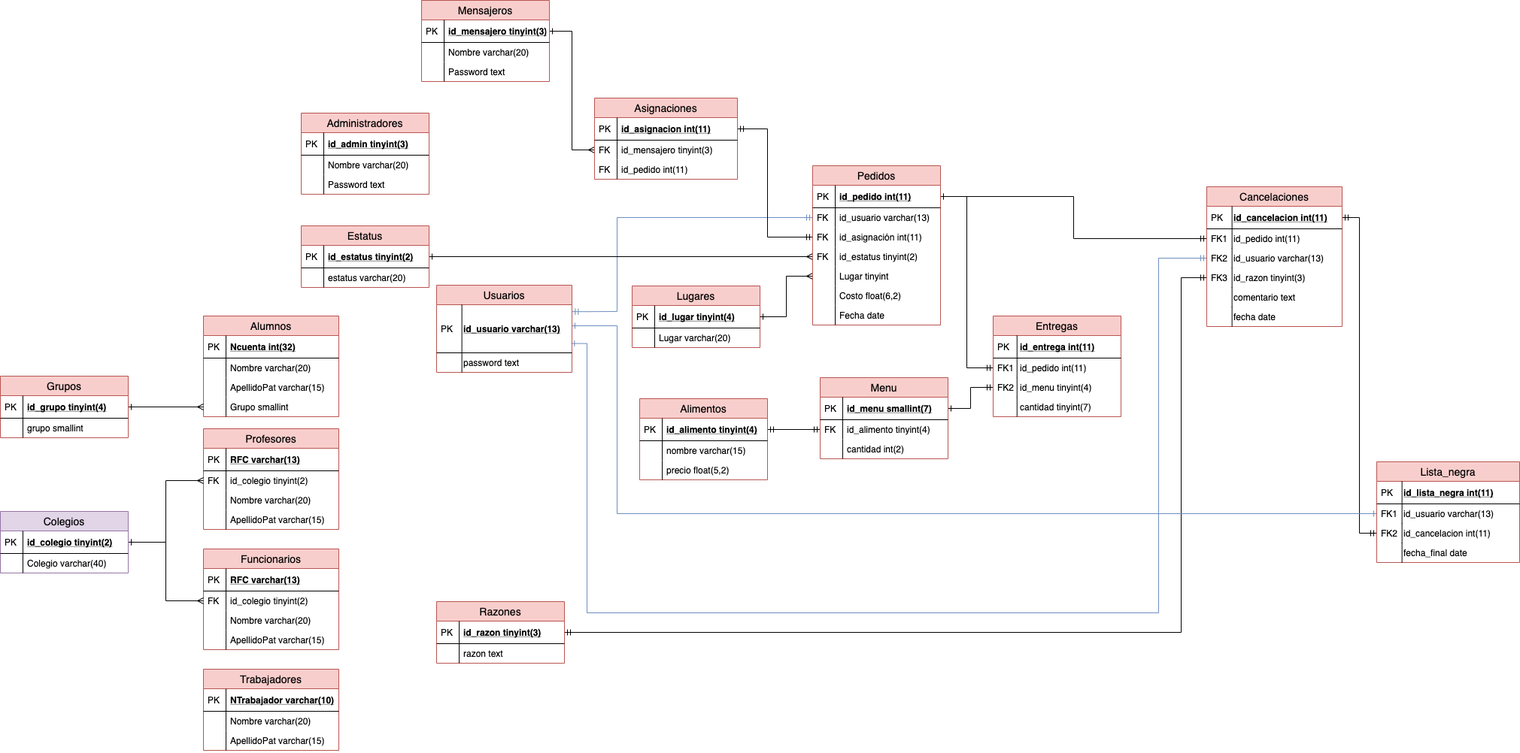
Earlier version of the draw.io export bd.png (Whoever-ThisIs/Proyecto-1). Source tidied: cells renumbered, new cells last; positions are measured from the earlier drawing's top-left corner, leaving out a move shared by most shapes.
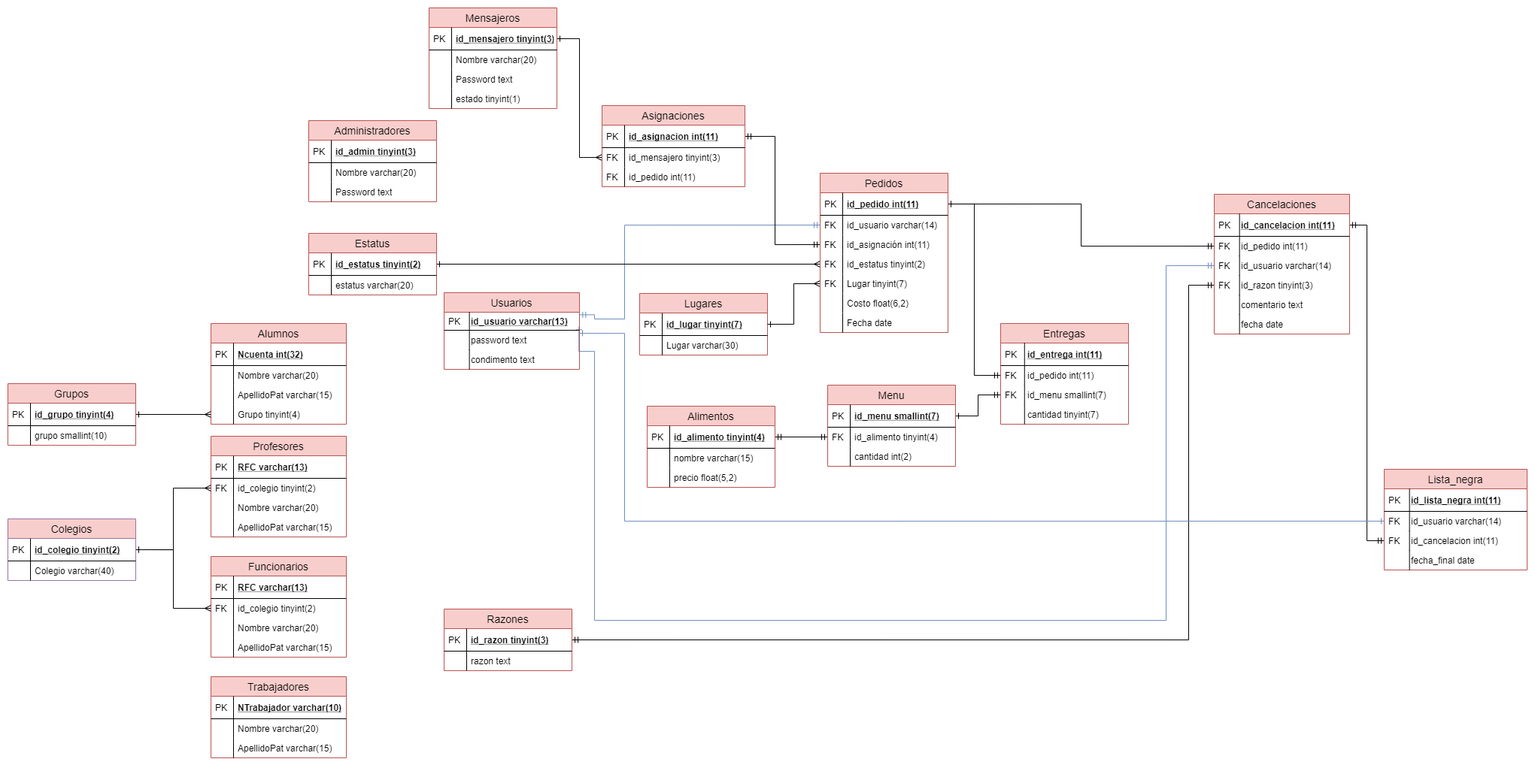
After the change.

Commit message:
FIX: Correcciones al diagrama de la base de datos

What changed in the source:
```diff
@@ -23,7 +23,7 @@
     <mxCell id="8" style="shape=partialRectangle;top=0;left=0;bottom=0;fillColor=none;align=left;verticalAlign=top;spacingLeft=4;spacingRight=4;overflow=hidden;fontSize=12;" parent="7" vertex="1">
       <mxGeometry width="30" height="26" as="geometry" />
     </mxCell>
-    <mxCell id="9" value="Grupo smallint" style="shape=partialRectangle;top=0;left=0;right=0;bottom=0;align=left;verticalAlign=top;fillColor=none;spacingLeft=34;spacingRight=4;overflow=hidden;points=[[0,0.5],[1,0.5]];portConstraint=eastwest;fontSize=12;" parent="2" vertex="1">
+    <mxCell id="9" value="Grupo tinyint(4)" style="shape=partialRectangle;top=0;left=0;right=0;bottom=0;align=left;verticalAlign=top;fillColor=none;spacingLeft=34;spacingRight=4;overflow=hidden;points=[[0,0.5],[1,0.5]];portConstraint=eastwest;fontSize=12;" parent="2" vertex="1">
       <mxGeometry y="108" width="180" height="26" as="geometry" />
     </mxCell>
     <mxCell id="10" style="shape=partialRectangle;top=0;left=0;bottom=0;fillColor=none;align=left;verticalAlign=top;spacingLeft=4;spacingRight=4;overflow=hidden;fontSize=12;" parent="9" vertex="1">
@@ -227,13 +227,13 @@
     <mxCell id="68" value="id_pedido int(11)" style="shape=partialRectangle;top=0;left=0;right=0;bottom=0;align=left;verticalAlign=top;fillColor=none;spacingLeft=34;spacingRight=4;overflow=hidden;points=[[0,0.5],[1,0.5]];portConstraint=eastwest;fontSize=12;" parent="65" vertex="1">
       <mxGeometry y="56" width="170" height="26" as="geometry" />
     </mxCell>
-    <mxCell id="69" value="FK1" style="shape=partialRectangle;top=0;left=0;bottom=0;fillColor=none;align=left;verticalAlign=top;spacingLeft=4;spacingRight=4;overflow=hidden;fontSize=12;" parent="68" vertex="1">
+    <mxCell id="69" value="FK" style="shape=partialRectangle;top=0;left=0;bottom=0;fillColor=none;align=left;verticalAlign=top;spacingLeft=4;spacingRight=4;overflow=hidden;fontSize=12;" parent="68" vertex="1">
       <mxGeometry width="31.8" height="26" as="geometry" />
     </mxCell>
-    <mxCell id="70" value="id_menu tinyint(4)" style="shape=partialRectangle;top=0;left=0;right=0;bottom=0;align=left;verticalAlign=top;fillColor=none;spacingLeft=34;spacingRight=4;overflow=hidden;points=[[0,0.5],[1,0.5]];portConstraint=eastwest;fontSize=12;" parent="65" vertex="1">
+    <mxCell id="70" value="id_menu smallint(7)" style="shape=partialRectangle;top=0;left=0;right=0;bottom=0;align=left;verticalAlign=top;fillColor=none;spacingLeft=34;spacingRight=4;overflow=hidden;points=[[0,0.5],[1,0.5]];portConstraint=eastwest;fontSize=12;" parent="65" vertex="1">
       <mxGeometry y="82" width="170" height="26" as="geometry" />
     </mxCell>
-    <mxCell id="71" value="FK2" style="shape=partialRectangle;top=0;left=0;bottom=0;fillColor=none;align=left;verticalAlign=top;spacingLeft=4;spacingRight=4;overflow=hidden;fontSize=12;" parent="70" vertex="1">
+    <mxCell id="71" value="FK" style="shape=partialRectangle;top=0;left=0;bottom=0;fillColor=none;align=left;verticalAlign=top;spacingLeft=4;spacingRight=4;overflow=hidden;fontSize=12;" parent="70" vertex="1">
       <mxGeometry width="31.8" height="26" as="geometry" />
     </mxCell>
     <mxCell id="72" value="cantidad tinyint(7)" style="shape=partialRectangle;top=0;left=0;right=0;bottom=0;align=left;verticalAlign=top;fillColor=none;spacingLeft=34;spacingRight=4;overflow=hidden;fontSize=12;" parent="65" vertex="1">
@@ -261,16 +261,16 @@
     <mxCell id="78" value="PK" style="shape=partialRectangle;top=0;left=0;bottom=0;fillColor=none;align=left;verticalAlign=middle;spacingLeft=4;spacingRight=4;overflow=hidden;fontSize=12;" parent="77" vertex="1">
       <mxGeometry width="33.6" height="30" as="geometry" />
     </mxCell>
-    <mxCell id="79" value="id_usuario varchar(13)" style="shape=partialRectangle;top=0;left=0;right=0;bottom=0;align=left;verticalAlign=top;fillColor=none;spacingLeft=34;spacingRight=4;overflow=hidden;points=[[0,0.5],[1,0.5]];portConstraint=eastwest;fontSize=12;" parent="76" vertex="1">
+    <mxCell id="79" value="id_usuario varchar(14)" style="shape=partialRectangle;top=0;left=0;right=0;bottom=0;align=left;verticalAlign=top;fillColor=none;spacingLeft=34;spacingRight=4;overflow=hidden;points=[[0,0.5],[1,0.5]];portConstraint=eastwest;fontSize=12;" parent="76" vertex="1">
       <mxGeometry y="56" width="190" height="26" as="geometry" />
     </mxCell>
-    <mxCell id="80" value="FK1" style="shape=partialRectangle;top=0;left=0;bottom=0;fillColor=none;align=left;verticalAlign=top;spacingLeft=4;spacingRight=4;overflow=hidden;fontSize=12;" parent="79" vertex="1">
+    <mxCell id="80" value="FK" style="shape=partialRectangle;top=0;left=0;bottom=0;fillColor=none;align=left;verticalAlign=top;spacingLeft=4;spacingRight=4;overflow=hidden;fontSize=12;" parent="79" vertex="1">
       <mxGeometry width="33.6" height="26" as="geometry" />
     </mxCell>
     <mxCell id="81" value="id_cancelacion int(11)" style="shape=partialRectangle;top=0;left=0;right=0;bottom=0;align=left;verticalAlign=top;fillColor=none;spacingLeft=34;spacingRight=4;overflow=hidden;points=[[0,0.5],[1,0.5]];portConstraint=eastwest;fontSize=12;" parent="76" vertex="1">
       <mxGeometry y="82" width="190" height="26" as="geometry" />
     </mxCell>
-    <mxCell id="82" value="FK2" style="shape=partialRectangle;top=0;left=0;bottom=0;fillColor=none;align=left;verticalAlign=top;spacingLeft=4;spacingRight=4;overflow=hidden;fontSize=12;" parent="81" vertex="1">
+    <mxCell id="82" value="FK" style="shape=partialRectangle;top=0;left=0;bottom=0;fillColor=none;align=left;verticalAlign=top;spacingLeft=4;spacingRight=4;overflow=hidden;fontSize=12;" parent="81" vertex="1">
       <mxGeometry width="33.6" height="26" as="geometry" />
     </mxCell>
     <mxCell id="83" value="fecha_final date" style="shape=partialRectangle;top=0;left=0;right=0;bottom=0;align=left;verticalAlign=top;fillColor=none;spacingLeft=34;spacingRight=4;overflow=hidden;fontSize=12;" parent="76" vertex="1">
@@ -291,19 +291,19 @@
     <mxCell id="88" value="id_pedido int(11)" style="shape=partialRectangle;top=0;left=0;right=0;bottom=0;align=left;verticalAlign=top;fillColor=none;spacingLeft=34;spacingRight=4;overflow=hidden;points=[[0,0.5],[1,0.5]];portConstraint=eastwest;fontSize=12;" parent="85" vertex="1">
       <mxGeometry y="56" width="180" height="26" as="geometry" />
     </mxCell>
-    <mxCell id="89" value="FK1" style="shape=partialRectangle;top=0;left=0;bottom=0;fillColor=none;align=left;verticalAlign=top;spacingLeft=4;spacingRight=4;overflow=hidden;fontSize=12;" parent="88" vertex="1">
+    <mxCell id="89" value="FK" style="shape=partialRectangle;top=0;left=0;bottom=0;fillColor=none;align=left;verticalAlign=top;spacingLeft=4;spacingRight=4;overflow=hidden;fontSize=12;" parent="88" vertex="1">
       <mxGeometry width="33.6" height="26" as="geometry" />
     </mxCell>
-    <mxCell id="90" value="id_usuario varchar(13)" style="shape=partialRectangle;top=0;left=0;right=0;bottom=0;align=left;verticalAlign=top;fillColor=none;spacingLeft=34;spacingRight=4;overflow=hidden;points=[[0,0.5],[1,0.5]];portConstraint=eastwest;fontSize=12;" parent="85" vertex="1">
+    <mxCell id="90" value="id_usuario varchar(14)" style="shape=partialRectangle;top=0;left=0;right=0;bottom=0;align=left;verticalAlign=top;fillColor=none;spacingLeft=34;spacingRight=4;overflow=hidden;points=[[0,0.5],[1,0.5]];portConstraint=eastwest;fontSize=12;" parent="85" vertex="1">
       <mxGeometry y="82" width="180" height="26" as="geometry" />
     </mxCell>
-    <mxCell id="91" value="FK2" style="shape=partialRectangle;top=0;left=0;bottom=0;fillColor=none;align=left;verticalAlign=top;spacingLeft=4;spacingRight=4;overflow=hidden;fontSize=12;" parent="90" vertex="1">
+    <mxCell id="91" value="FK" style="shape=partialRectangle;top=0;left=0;bottom=0;fillColor=none;align=left;verticalAlign=top;spacingLeft=4;spacingRight=4;overflow=hidden;fontSize=12;" parent="90" vertex="1">
       <mxGeometry width="33.6" height="26" as="geometry" />
     </mxCell>
     <mxCell id="92" value="id_razon tinyint(3)" style="shape=partialRectangle;top=0;left=0;right=0;bottom=0;align=left;verticalAlign=top;fillColor=none;spacingLeft=34;spacingRight=4;overflow=hidden;points=[[0,0.5],[1,0.5]];portConstraint=eastwest;fontSize=12;" parent="85" vertex="1">
       <mxGeometry y="108" width="180" height="26" as="geometry" />
     </mxCell>
-    <mxCell id="93" value="FK3" style="shape=partialRectangle;top=0;left=0;bottom=0;fillColor=none;align=left;verticalAlign=top;spacingLeft=4;spacingRight=4;overflow=hidden;fontSize=12;" parent="92" vertex="1">
+    <mxCell id="93" value="FK" style="shape=partialRectangle;top=0;left=0;bottom=0;fillColor=none;align=left;verticalAlign=top;spacingLeft=4;spacingRight=4;overflow=hidden;fontSize=12;" parent="92" vertex="1">
       <mxGeometry width="33.6" height="26" as="geometry" />
     </mxCell>
     <mxCell id="94" value="comentario text" style="shape=partialRectangle;top=0;left=0;right=0;bottom=0;align=left;verticalAlign=top;fillColor=none;spacingLeft=34;spacingRight=4;overflow=hidden;fontSize=12;" parent="85" vertex="1">
@@ -338,7 +338,7 @@
     <mxCell id="102" value="PK" style="shape=partialRectangle;top=0;left=0;bottom=0;fillColor=none;align=left;verticalAlign=middle;spacingLeft=4;spacingRight=4;overflow=hidden;fontSize=12;" parent="101" vertex="1">
       <mxGeometry width="30" height="30" as="geometry" />
     </mxCell>
-    <mxCell id="103" value="grupo smallint" style="shape=partialRectangle;top=0;left=0;right=0;bottom=0;align=left;verticalAlign=top;fillColor=none;spacingLeft=34;spacingRight=4;overflow=hidden;fontSize=12;" parent="100" vertex="1">
+    <mxCell id="103" value="grupo smallint(10)" style="shape=partialRectangle;top=0;left=0;right=0;bottom=0;align=left;verticalAlign=top;fillColor=none;spacingLeft=34;spacingRight=4;overflow=hidden;fontSize=12;" parent="100" vertex="1">
       <mxGeometry y="56" width="170" height="26" as="geometry" />
     </mxCell>
     <mxCell id="104" style="shape=partialRectangle;top=0;left=0;bottom=0;fillColor=none;align=left;verticalAlign=top;spacingLeft=4;spacingRight=4;overflow=hidden;fontSize=12;" parent="103" vertex="1">
@@ -347,13 +347,13 @@
     <mxCell id="105" value="Lugares" style="swimlane;fontStyle=0;horizontal=1;startSize=26;align=center;fontSize=14;fillColor=#f8cecc;strokeColor=#b85450;" parent="1" vertex="1">
       <mxGeometry x="840" y="380" width="170" height="82" as="geometry" />
     </mxCell>
-    <mxCell id="106" value="id_lugar tinyint(4)" style="shape=partialRectangle;top=0;left=0;right=0;bottom=1;align=left;verticalAlign=middle;fillColor=none;spacingLeft=34;spacingRight=4;overflow=hidden;points=[[0,0.5],[1,0.5]];portConstraint=eastwest;fontStyle=5;fontSize=12;" parent="105" vertex="1">
+    <mxCell id="106" value="id_lugar tinyint(7)" style="shape=partialRectangle;top=0;left=0;right=0;bottom=1;align=left;verticalAlign=middle;fillColor=none;spacingLeft=34;spacingRight=4;overflow=hidden;points=[[0,0.5],[1,0.5]];portConstraint=eastwest;fontStyle=5;fontSize=12;" parent="105" vertex="1">
       <mxGeometry y="26" width="170" height="30" as="geometry" />
     </mxCell>
     <mxCell id="107" value="PK" style="shape=partialRectangle;top=0;left=0;bottom=0;fillColor=none;align=left;verticalAlign=middle;spacingLeft=4;spacingRight=4;overflow=hidden;fontSize=12;" parent="106" vertex="1">
       <mxGeometry width="30" height="30" as="geometry" />
     </mxCell>
-    <mxCell id="108" value="Lugar varchar(20)" style="shape=partialRectangle;top=0;left=0;right=0;bottom=0;align=left;verticalAlign=top;fillColor=none;spacingLeft=34;spacingRight=4;overflow=hidden;fontSize=12;" parent="105" vertex="1">
+    <mxCell id="108" value="Lugar varchar(30)" style="shape=partialRectangle;top=0;left=0;right=0;bottom=0;align=left;verticalAlign=top;fillColor=none;spacingLeft=34;spacingRight=4;overflow=hidden;fontSize=12;" parent="105" vertex="1">
       <mxGeometry y="56" width="170" height="26" as="geometry" />
     </mxCell>
     <mxCell id="109" style="shape=partialRectangle;top=0;left=0;bottom=0;fillColor=none;align=left;verticalAlign=top;spacingLeft=4;spacingRight=4;overflow=hidden;fontSize=12;" parent="108" vertex="1">
@@ -371,7 +371,7 @@
     <mxCell id="113" value="PK" style="shape=partialRectangle;top=0;left=0;bottom=0;fillColor=none;align=left;verticalAlign=middle;spacingLeft=4;spacingRight=4;overflow=hidden;fontSize=12;" parent="112" vertex="1">
       <mxGeometry width="30" height="30" as="geometry" />
     </mxCell>
-    <mxCell id="114" value="id_usuario varchar(13)" style="shape=partialRectangle;top=0;left=0;right=0;bottom=0;align=left;verticalAlign=top;fillColor=none;spacingLeft=34;spacingRight=4;overflow=hidden;points=[[0,0.5],[1,0.5]];portConstraint=eastwest;fontSize=12;" parent="111" vertex="1">
+    <mxCell id="114" value="id_usuario varchar(14)" style="shape=partialRectangle;top=0;left=0;right=0;bottom=0;align=left;verticalAlign=top;fillColor=none;spacingLeft=34;spacingRight=4;overflow=hidden;points=[[0,0.5],[1,0.5]];portConstraint=eastwest;fontSize=12;" parent="111" vertex="1">
       <mxGeometry y="56" width="170" height="26" as="geometry" />
     </mxCell>
     <mxCell id="115" value="FK" style="shape=partialRectangle;top=0;left=0;bottom=0;fillColor=none;align=left;verticalAlign=top;spacingLeft=4;spacingRight=4;overflow=hidden;fontSize=12;" parent="114" vertex="1">
@@ -389,10 +389,10 @@
     <mxCell id="119" value="FK" style="shape=partialRectangle;top=0;left=0;bottom=0;fillColor=none;align=left;verticalAlign=top;spacingLeft=4;spacingRight=4;overflow=hidden;fontSize=12;" parent="118" vertex="1">
       <mxGeometry width="30" height="26" as="geometry" />
     </mxCell>
-    <mxCell id="120" value="Lugar tinyint" style="shape=partialRectangle;top=0;left=0;right=0;bottom=0;align=left;verticalAlign=top;fillColor=none;spacingLeft=34;spacingRight=4;overflow=hidden;points=[[0,0.5],[1,0.5]];portConstraint=eastwest;fontSize=12;" parent="111" vertex="1">
+    <mxCell id="120" value="Lugar tinyint(7)" style="shape=partialRectangle;top=0;left=0;right=0;bottom=0;align=left;verticalAlign=top;fillColor=none;spacingLeft=34;spacingRight=4;overflow=hidden;points=[[0,0.5],[1,0.5]];portConstraint=eastwest;fontSize=12;" parent="111" vertex="1">
       <mxGeometry y="134" width="170" height="26" as="geometry" />
     </mxCell>
-    <mxCell id="121" style="shape=partialRectangle;top=0;left=0;bottom=0;fillColor=none;align=left;verticalAlign=top;spacingLeft=4;spacingRight=4;overflow=hidden;fontSize=12;" parent="120" vertex="1">
+    <mxCell id="121" value="FK" style="shape=partialRectangle;top=0;left=0;bottom=0;fillColor=none;align=left;verticalAlign=top;spacingLeft=4;spacingRight=4;overflow=hidden;fontSize=12;" parent="120" vertex="1">
       <mxGeometry width="30" height="26" as="geometry" />
     </mxCell>
     <mxCell id="122" value="Costo float(6,2)" style="shape=partialRectangle;top=0;left=0;right=0;bottom=0;align=left;verticalAlign=top;fillColor=none;spacingLeft=34;spacingRight=4;overflow=hidden;fontSize=12;" parent="111" vertex="1">
@@ -444,21 +444,27 @@
       <mxGeometry width="30" height="26" as="geometry" />
     </mxCell>
     <mxCell id="138" value="Usuarios" style="swimlane;fontStyle=0;horizontal=1;startSize=26;align=center;fontSize=14;fillColor=#f8cecc;strokeColor=#b85450;" parent="1" vertex="1">
-      <mxGeometry x="580" y="379" width="180" height="116" as="geometry" />
+      <mxGeometry x="580" y="379" width="180" height="102" as="geometry" />
     </mxCell>
     <mxCell id="139" value="id_usuario varchar(13)" style="shape=partialRectangle;top=0;left=0;right=0;bottom=1;align=left;verticalAlign=middle;fillColor=none;spacingLeft=34;spacingRight=4;overflow=hidden;points=[[0,0.5],[1,0.5]];portConstraint=eastwest;fontStyle=5;fontSize=12;" parent="138" vertex="1">
-      <mxGeometry y="26" width="180" height="64" as="geometry" />
+      <mxGeometry y="26" width="180" height="24" as="geometry" />
     </mxCell>
     <mxCell id="140" value="PK" style="shape=partialRectangle;top=0;left=0;bottom=0;fillColor=none;align=left;verticalAlign=middle;spacingLeft=4;spacingRight=4;overflow=hidden;fontSize=12;" parent="139" vertex="1">
-      <mxGeometry width="33.6" height="64" as="geometry" />
+      <mxGeometry width="33.6" height="24" as="geometry" />
     </mxCell>
     <mxCell id="141" value="password text" style="shape=partialRectangle;top=0;left=0;right=0;bottom=0;align=left;verticalAlign=top;fillColor=none;spacingLeft=34;spacingRight=4;overflow=hidden;fontSize=12;" parent="138" vertex="1">
-      <mxGeometry y="90" width="180" height="26" as="geometry" />
+      <mxGeometry y="50" width="180" height="26" as="geometry" />
     </mxCell>
     <mxCell id="142" style="shape=partialRectangle;top=0;left=0;bottom=0;fillColor=none;align=left;verticalAlign=top;spacingLeft=4;spacingRight=4;overflow=hidden;fontSize=12;" parent="141" vertex="1">
       <mxGeometry width="33.6" height="26" as="geometry" />
     </mxCell>
+    <mxCell id="163" value="condimento text " style="shape=partialRectangle;top=0;left=0;right=0;bottom=0;align=left;verticalAlign=top;fillColor=none;spacingLeft=34;spacingRight=4;overflow=hidden;fontSize=12;" parent="138" vertex="1">
+      <mxGeometry y="76" width="180" height="26" as="geometry" />
+    </mxCell>
+    <mxCell id="164" style="shape=partialRectangle;top=0;left=0;bottom=0;fillColor=none;align=left;verticalAlign=top;spacingLeft=4;spacingRight=4;overflow=hidden;fontSize=12;" parent="163" vertex="1">
+      <mxGeometry width="33.6" height="26" as="geometry" />
+    </mxCell>
-    <mxCell id="143" value="Colegios" style="swimlane;fontStyle=0;horizontal=1;startSize=26;align=center;fontSize=14;fillColor=#e1d5e7;strokeColor=#9673a6;" parent="1" vertex="1">
+    <mxCell id="143" value="Colegios" style="swimlane;fontStyle=0;horizontal=1;startSize=26;align=center;fontSize=14;fillColor=#F8CECC;strokeColor=#9673a6;" parent="1" vertex="1">
       <mxGeometry y="680" width="170" height="82" as="geometry" />
     </mxCell>
     <mxCell id="144" value="id_colegio tinyint(2)" style="shape=partialRectangle;top=0;left=0;right=0;bottom=1;align=left;verticalAlign=middle;fillColor=none;spacingLeft=34;spacingRight=4;overflow=hidden;points=[[0,0.5],[1,0.5]];portConstraint=eastwest;fontStyle=5;fontSize=12;" parent="143" vertex="1">
@@ -477,7 +483,7 @@
       <mxGeometry relative="1" as="geometry" />
     </mxCell>
     <mxCell id="149" value="Mensajeros" style="swimlane;fontStyle=0;horizontal=1;startSize=26;align=center;fontSize=14;fillColor=#f8cecc;strokeColor=#b85450;" parent="1" vertex="1">
-      <mxGeometry x="560" width="170" height="108" as="geometry" />
+      <mxGeometry x="560" width="170" height="134" as="geometry" />
     </mxCell>
     <mxCell id="150" value="id_mensajero tinyint(3)" style="shape=partialRectangle;top=0;left=0;right=0;bottom=1;align=left;verticalAlign=middle;fillColor=none;spacingLeft=34;spacingRight=4;overflow=hidden;points=[[0,0.5],[1,0.5]];portConstraint=eastwest;fontStyle=5;fontSize=12;" parent="149" vertex="1">
       <mxGeometry y="26" width="170" height="30" as="geometry" />
@@ -497,6 +503,12 @@
     <mxCell id="155" style="shape=partialRectangle;top=0;left=0;bottom=0;fillColor=none;align=left;verticalAlign=top;spacingLeft=4;spacingRight=4;overflow=hidden;fontSize=12;" parent="154" vertex="1">
       <mxGeometry width="30" height="26" as="geometry" />
     </mxCell>
+    <mxCell id="165" value="estado tinyint(1)" style="shape=partialRectangle;top=0;left=0;right=0;bottom=0;align=left;verticalAlign=top;fillColor=none;spacingLeft=34;spacingRight=4;overflow=hidden;fontSize=12;" parent="149" vertex="1">
+      <mxGeometry y="108" width="170" height="26" as="geometry" />
+    </mxCell>
+    <mxCell id="166" style="shape=partialRectangle;top=0;left=0;bottom=0;fillColor=none;align=left;verticalAlign=top;spacingLeft=4;spacingRight=4;overflow=hidden;fontSize=12;" parent="165" vertex="1">
+      <mxGeometry width="30" height="26" as="geometry" />
+    </mxCell>
     <mxCell id="156" value="Asignaciones" style="swimlane;fontStyle=0;horizontal=1;startSize=26;align=center;fontSize=14;fillColor=#f8cecc;strokeColor=#b85450;" parent="1" vertex="1">
       <mxGeometry x="790" y="130" width="190" height="108" as="geometry" />
     </mxCell>
```
